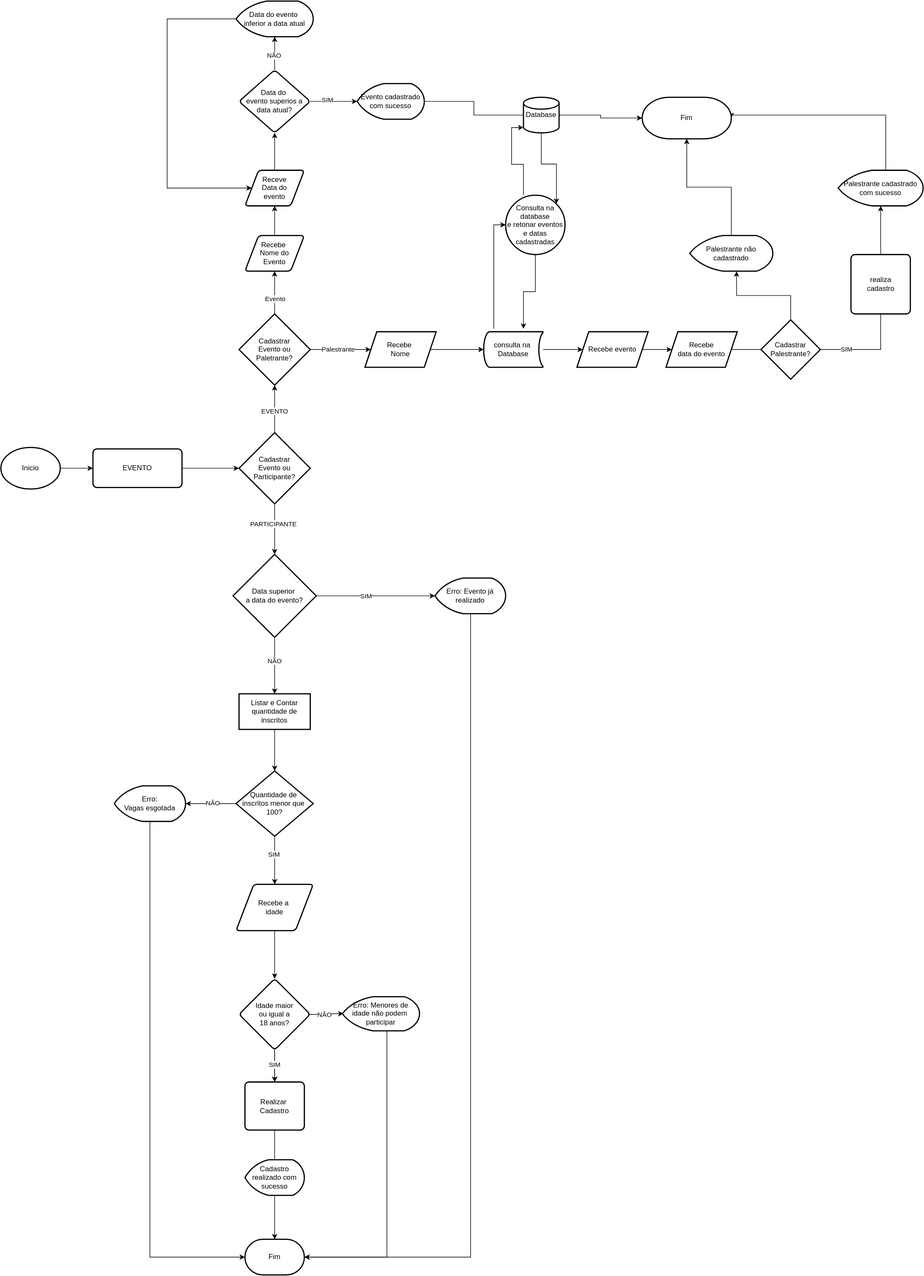
orionwork/RESOLUCAO-PROBLEMA keeps this draw.io diagram as ATIVIDADE-ENCONTRO/Cadastro de Eventos.drawio.svg. Above is the earlier version. Source tidied: cells renumbered, new cells last; positions are measured from the earlier drawing's top-left corner, leaving out a move shared by most shapes.
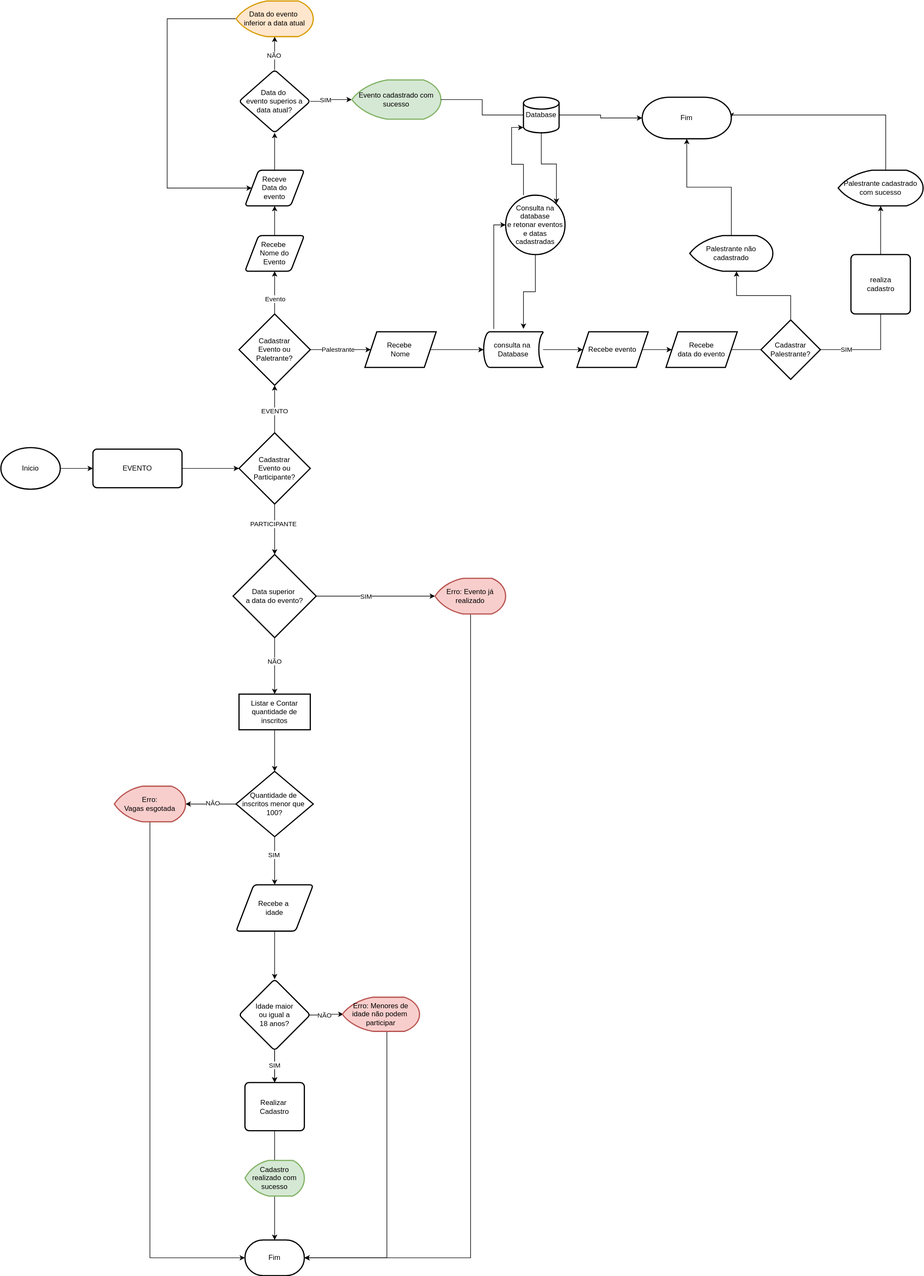
The same file after the commit.

Diff of the diagram source:
```diff
@@ -1,4 +1,4 @@
-<mxGraphModel>
+<mxGraphModel background="#FFFFFF">
   <root>
     <mxCell id="0" />
     <mxCell id="1" parent="0" />
@@ -112,10 +112,10 @@
     <mxCell id="30" value="Realizar&amp;nbsp;&lt;br&gt;Cadastro" style="rounded=1;whiteSpace=wrap;html=1;absoluteArcSize=1;arcSize=14;strokeWidth=2;" parent="1" vertex="1">
       <mxGeometry x="411" y="1821" width="100" height="81" as="geometry" />
     </mxCell>
-    <mxCell id="31" value="&lt;span&gt;Erro: Evento já realizado&lt;/span&gt;" style="strokeWidth=2;html=1;shape=mxgraph.flowchart.display;whiteSpace=wrap;" parent="1" vertex="1">
+    <mxCell id="31" value="&lt;span&gt;Erro: Evento já realizado&lt;/span&gt;" style="strokeWidth=2;html=1;shape=mxgraph.flowchart.display;whiteSpace=wrap;fillColor=#f8cecc;strokeColor=#b85450;" parent="1" vertex="1">
       <mxGeometry x="731" y="972" width="119" height="60" as="geometry" />
     </mxCell>
-    <mxCell id="32" value="&lt;span&gt;Erro:&lt;/span&gt;&lt;br&gt;&lt;span&gt;Vagas esgotada&lt;/span&gt;" style="strokeWidth=2;html=1;shape=mxgraph.flowchart.display;whiteSpace=wrap;" parent="1" vertex="1">
+    <mxCell id="32" value="&lt;span&gt;Erro:&lt;/span&gt;&lt;br&gt;&lt;span&gt;Vagas esgotada&lt;/span&gt;" style="strokeWidth=2;html=1;shape=mxgraph.flowchart.display;whiteSpace=wrap;fillColor=#f8cecc;strokeColor=#b85450;" parent="1" vertex="1">
       <mxGeometry x="191" y="1322" width="120" height="60" as="geometry" />
     </mxCell>
     <mxCell id="33" style="edgeStyle=orthogonalEdgeStyle;rounded=0;jettySize=auto;html=1;" parent="1" edge="1" source="37" target="8">
@@ -148,7 +148,7 @@
     <mxCell id="42" value="&lt;span&gt;Cadastrar&lt;/span&gt;&lt;br&gt;&lt;span&gt;Evento ou Paletrante?&lt;/span&gt;" style="strokeWidth=2;html=1;shape=mxgraph.flowchart.decision;whiteSpace=wrap;" parent="1" vertex="1">
       <mxGeometry x="401" y="527" width="120" height="120" as="geometry" />
     </mxCell>
-    <mxCell id="43" value="&lt;span&gt;Erro: Menores de&lt;/span&gt;&lt;br&gt;&lt;span&gt;idade não podem&amp;nbsp;&lt;/span&gt;&lt;br&gt;&lt;span&gt;participar&lt;/span&gt;" style="strokeWidth=2;html=1;shape=mxgraph.flowchart.display;whiteSpace=wrap;" parent="1" vertex="1">
+    <mxCell id="43" value="&lt;span&gt;Erro: Menores de&lt;/span&gt;&lt;br&gt;&lt;span&gt;idade não podem&amp;nbsp;&lt;/span&gt;&lt;br&gt;&lt;span&gt;participar&lt;/span&gt;" style="strokeWidth=2;html=1;shape=mxgraph.flowchart.display;whiteSpace=wrap;fillColor=#f8cecc;strokeColor=#b85450;" parent="1" vertex="1">
       <mxGeometry x="575" y="1677.2" width="130" height="57.5" as="geometry" />
     </mxCell>
     <mxCell id="44" style="edgeStyle=orthogonalEdgeStyle;rounded=0;jettySize=auto;html=1;exitX=0.5;exitY=0.987;exitDx=0;exitDy=0;exitPerimeter=0;" parent="1" edge="1" source="18" target="30">
@@ -212,8 +212,8 @@
     <mxCell id="62" style="edgeStyle=orthogonalEdgeStyle;rounded=0;jettySize=auto;html=1;startArrow=none;" parent="1" edge="1" source="81" target="70">
       <mxGeometry relative="1" as="geometry" />
     </mxCell>
-    <mxCell id="63" value="Evento cadastrado com sucesso" style="strokeWidth=2;html=1;shape=mxgraph.flowchart.display;whiteSpace=wrap;" parent="1" vertex="1">
-      <mxGeometry x="600" y="139" width="113" height="60" as="geometry" />
+    <mxCell id="63" value="Evento cadastrado com sucesso" style="strokeWidth=2;html=1;shape=mxgraph.flowchart.display;whiteSpace=wrap;fillColor=#d5e8d4;strokeColor=#82b366;" parent="1" vertex="1">
+      <mxGeometry x="591" y="133" width="150" height="66" as="geometry" />
     </mxCell>
     <mxCell id="64" style="edgeStyle=orthogonalEdgeStyle;rounded=0;jettySize=auto;html=1;entryX=0;entryY=0.5;entryDx=0;entryDy=0;" parent="1" edge="1" source="65" target="56">
       <mxGeometry relative="1" as="geometry">
@@ -223,7 +223,7 @@
         </Array>
       </mxGeometry>
     </mxCell>
-    <mxCell id="65" value="Data do evento&amp;nbsp;&lt;br&gt;inferior a data atual" style="strokeWidth=2;html=1;shape=mxgraph.flowchart.display;whiteSpace=wrap;" parent="1" vertex="1">
+    <mxCell id="65" value="Data do evento&amp;nbsp;&lt;br&gt;inferior a data atual" style="strokeWidth=2;html=1;shape=mxgraph.flowchart.display;whiteSpace=wrap;fillColor=#ffe6cc;strokeColor=#d79b00;" parent="1" vertex="1">
       <mxGeometry x="396" width="130" height="60" as="geometry" />
     </mxCell>
     <mxCell id="66" style="edgeStyle=orthogonalEdgeStyle;rounded=0;jettySize=auto;html=1;entryX=0;entryY=0.5;entryDx=0;entryDy=0;entryPerimeter=0;" parent="1" edge="1" target="85">
@@ -266,7 +266,7 @@
     <mxCell id="75" value="Palestrante não cadastrado" style="strokeWidth=2;html=1;shape=mxgraph.flowchart.display;whiteSpace=wrap;" parent="1" vertex="1">
       <mxGeometry x="1160" y="395" width="140" height="60" as="geometry" />
     </mxCell>
-    <mxCell id="76" value="Cadastro realizado com sucesso" style="strokeWidth=2;html=1;shape=mxgraph.flowchart.display;whiteSpace=wrap;" parent="1" vertex="1">
+    <mxCell id="76" value="Cadastro realizado com sucesso" style="strokeWidth=2;html=1;shape=mxgraph.flowchart.display;whiteSpace=wrap;fillColor=#d5e8d4;strokeColor=#82b366;" parent="1" vertex="1">
       <mxGeometry x="411" y="1952" width="100" height="60" as="geometry" />
     </mxCell>
     <mxCell id="77" value="realiza&lt;br&gt;cadastro" style="rounded=1;whiteSpace=wrap;html=1;absoluteArcSize=1;arcSize=14;strokeWidth=2;" parent="1" vertex="1">
```
